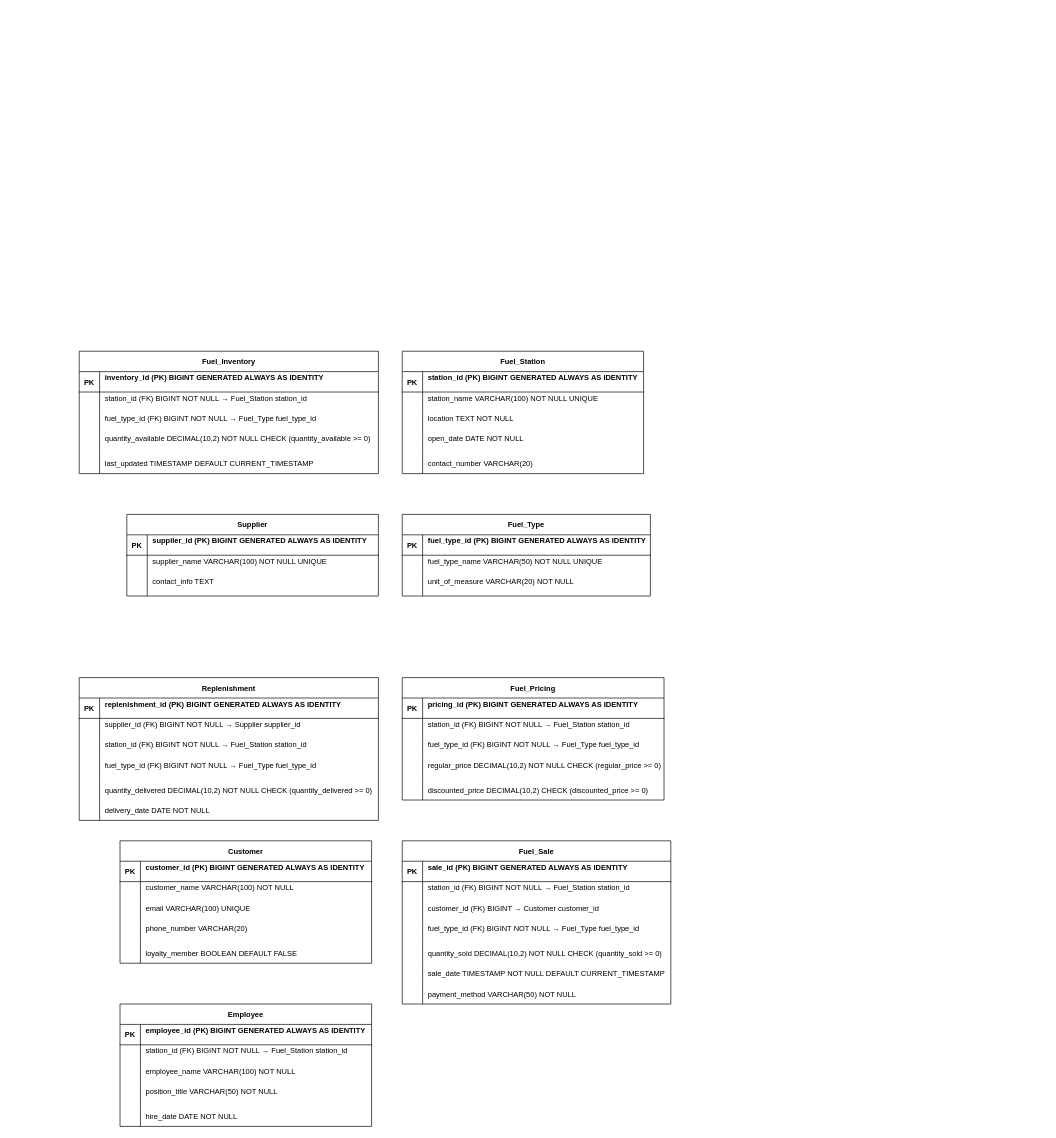
SergejusSG/git-demo1 keeps this draw.io diagram as Untitled Diagram.drawio. Above is the earlier version. Source tidied: cells renumbered, new cells numbered last; positions are measured from the earlier drawing's top-left corner, leaving out a move shared by most shapes. Both pictures are drawn from the tidied source at 68%, with x=0, y=0 at pixel (79, 351).
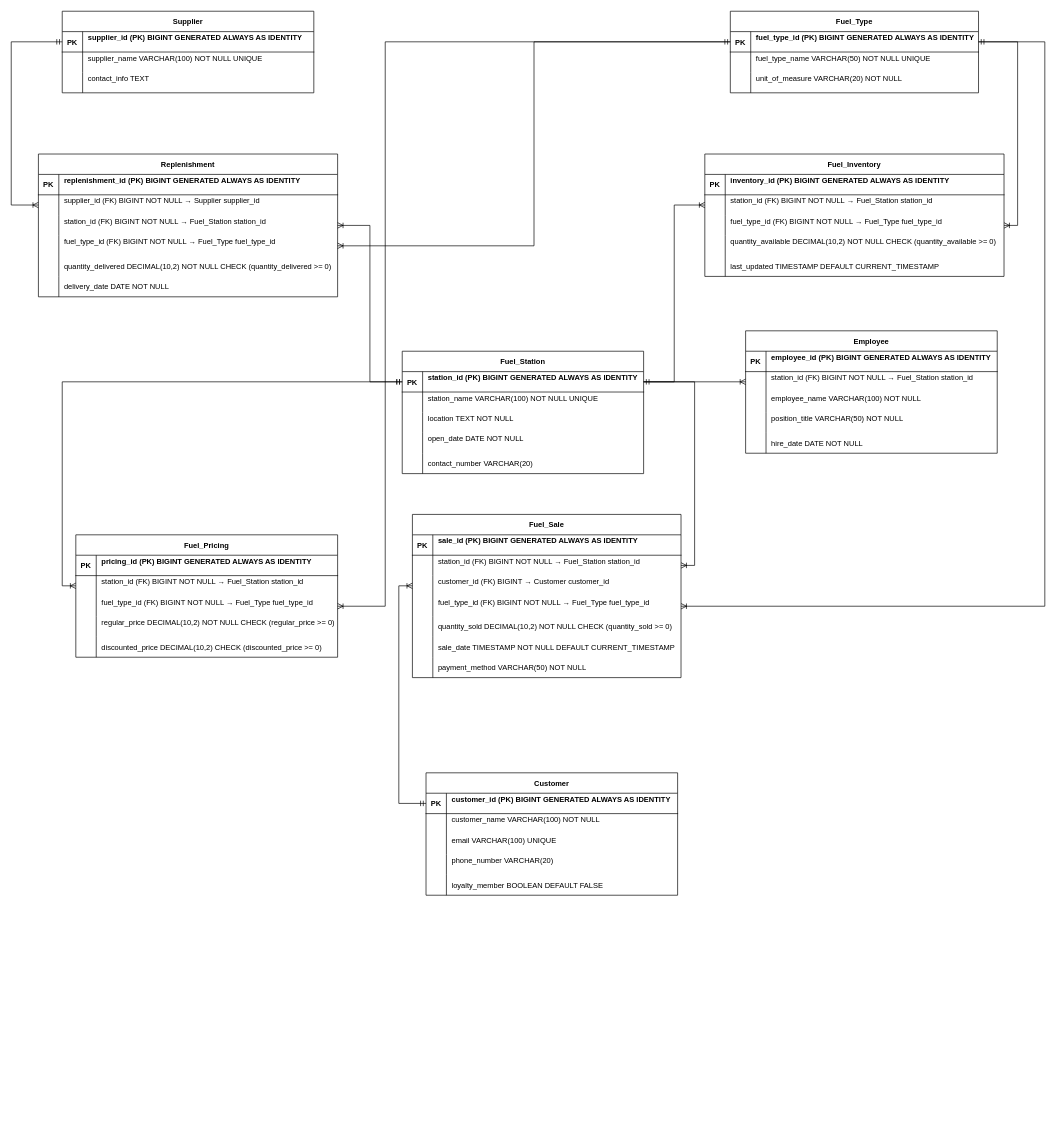
Above is the later version.

Unchanged cells that the change refers to:
```xml
<mxCell id="3" style="shape=partialRectangle;fillColor=none;points=[[0,0.5],[1,0.5]];portConstraint=eastwest;top=0;left=0;right=0;bottom=1;fontSize=11;" parent="2" vertex="1">
  <mxGeometry y="30" width="355" height="30" as="geometry" />
</mxCell>
<mxCell id="19" style="shape=partialRectangle;fillColor=none;points=[[0,0.5],[1,0.5]];portConstraint=eastwest;top=0;left=0;right=0;bottom=1;fontSize=11;" parent="18" vertex="1">
  <mxGeometry y="30" width="365" height="30" as="geometry" />
</mxCell>
<mxCell id="32" style="shape=partialRectangle;fillColor=none;points=[[0,0.5],[1,0.5]];portConstraint=eastwest;top=0;left=0;right=0;bottom=0;fontSize=11;" parent="28" vertex="1">
  <mxGeometry y="60" width="440" height="30" as="geometry" />
</mxCell>
<mxCell id="35" style="shape=partialRectangle;fillColor=none;points=[[0,0.5],[1,0.5]];portConstraint=eastwest;top=0;left=0;right=0;bottom=0;fontSize=11;" parent="28" vertex="1">
  <mxGeometry y="90" width="440" height="30" as="geometry" />
</mxCell>
<mxCell id="45" style="shape=partialRectangle;fillColor=none;points=[[0,0.5],[1,0.5]];portConstraint=eastwest;top=0;left=0;right=0;bottom=1;fontSize=11;" parent="44" vertex="1">
  <mxGeometry y="30" width="370" height="30" as="geometry" />
</mxCell>
<mxCell id="58" style="shape=partialRectangle;fillColor=none;points=[[0,0.5],[1,0.5]];portConstraint=eastwest;top=0;left=0;right=0;bottom=0;fontSize=11;" parent="54" vertex="1">
  <mxGeometry y="60" width="440" height="30" as="geometry" />
</mxCell>
<mxCell id="61" style="shape=partialRectangle;fillColor=none;points=[[0,0.5],[1,0.5]];portConstraint=eastwest;top=0;left=0;right=0;bottom=0;fontSize=11;" parent="54" vertex="1">
  <mxGeometry y="90" width="440" height="30" as="geometry" />
</mxCell>
<mxCell id="64" style="shape=partialRectangle;fillColor=none;points=[[0,0.5],[1,0.5]];portConstraint=eastwest;top=0;left=0;right=0;bottom=0;fontSize=11;" parent="54" vertex="1">
  <mxGeometry y="120" width="440" height="30" as="geometry" />
</mxCell>
<mxCell id="77" style="shape=partialRectangle;fillColor=none;points=[[0,0.5],[1,0.5]];portConstraint=eastwest;top=0;left=0;right=0;bottom=0;fontSize=11;" parent="73" vertex="1">
  <mxGeometry y="60" width="385" height="30" as="geometry" />
</mxCell>
<mxCell id="80" style="shape=partialRectangle;fillColor=none;points=[[0,0.5],[1,0.5]];portConstraint=eastwest;top=0;left=0;right=0;bottom=0;fontSize=11;" parent="73" vertex="1">
  <mxGeometry y="90" width="385" height="30" as="geometry" />
</mxCell>
<mxCell id="93" style="shape=partialRectangle;fillColor=none;points=[[0,0.5],[1,0.5]];portConstraint=eastwest;top=0;left=0;right=0;bottom=0;fontSize=11;" parent="89" vertex="1">
  <mxGeometry y="60" width="395" height="30" as="geometry" />
</mxCell>
<mxCell id="96" style="shape=partialRectangle;fillColor=none;points=[[0,0.5],[1,0.5]];portConstraint=eastwest;top=0;left=0;right=0;bottom=0;fontSize=11;" parent="89" vertex="1">
  <mxGeometry y="90" width="395" height="30" as="geometry" />
</mxCell>
<mxCell id="99" style="shape=partialRectangle;fillColor=none;points=[[0,0.5],[1,0.5]];portConstraint=eastwest;top=0;left=0;right=0;bottom=0;fontSize=11;" parent="89" vertex="1">
  <mxGeometry y="120" width="395" height="30" as="geometry" />
</mxCell>
<mxCell id="112" style="shape=partialRectangle;fillColor=none;points=[[0,0.5],[1,0.5]];portConstraint=eastwest;top=0;left=0;right=0;bottom=1;fontSize=11;" parent="111" vertex="1">
  <mxGeometry y="30" width="370" height="30" as="geometry" />
</mxCell>
<mxCell id="131" style="shape=partialRectangle;fillColor=none;points=[[0,0.5],[1,0.5]];portConstraint=eastwest;top=0;left=0;right=0;bottom=0;fontSize=11;" parent="127" vertex="1">
  <mxGeometry y="60" width="370" height="30" as="geometry" />
</mxCell>
```

What changed in the source:
```diff
@@
     <mxCell id="18" value="Fuel_Type" style="shape=table;startSize=30;childLayout=tableLayout;rowLines=0;fontStyle=1;align=center;fontSize=11;" parent="1" vertex="1">
-      <mxGeometry x="475" y="240" width="365" height="120" as="geometry" />
+      <mxGeometry x="957.5" y="-500" width="365" height="120" as="geometry" />
     </mxCell>
@@
     <mxCell id="28" value="Fuel_Inventory" style="shape=table;startSize=30;childLayout=tableLayout;rowLines=0;fontStyle=1;align=center;fontSize=11;" parent="1" vertex="1">
-      <mxGeometry width="440" height="180" as="geometry" />
+      <mxGeometry x="920" y="-290" width="440" height="180" as="geometry" />
     </mxCell>
@@
     <mxCell id="44" value="Supplier" style="shape=table;startSize=30;childLayout=tableLayout;rowLines=0;fontStyle=1;align=center;fontSize=11;" parent="1" vertex="1">
-      <mxGeometry x="70" y="240" width="370" height="120" as="geometry" />
+      <mxGeometry x="-25" y="-500" width="370" height="120" as="geometry" />
     </mxCell>
@@
     <mxCell id="54" value="Replenishment" style="shape=table;startSize=30;childLayout=tableLayout;rowLines=0;fontStyle=1;align=center;fontSize=11;" parent="1" vertex="1">
-      <mxGeometry y="480" width="440" height="210" as="geometry" />
+      <mxGeometry x="-60" y="-290" width="440" height="210" as="geometry" />
     </mxCell>
@@
     <mxCell id="73" value="Fuel_Pricing" style="shape=table;startSize=30;childLayout=tableLayout;rowLines=0;fontStyle=1;align=center;fontSize=11;" parent="1" vertex="1">
-      <mxGeometry x="475" y="480" width="385" height="180" as="geometry" />
+      <mxGeometry x="-5" y="270" width="385" height="180" as="geometry" />
     </mxCell>
@@
     <mxCell id="89" value="Fuel_Sale" style="shape=table;startSize=30;childLayout=tableLayout;rowLines=0;fontStyle=1;align=center;fontSize=11;" parent="1" vertex="1">
-      <mxGeometry x="475" y="720" width="395" height="240" as="geometry" />
+      <mxGeometry x="490" y="240" width="395" height="240" as="geometry" />
     </mxCell>
@@
     <mxCell id="111" value="Customer" style="shape=table;startSize=30;childLayout=tableLayout;rowLines=0;fontStyle=1;align=center;fontSize=11;" parent="1" vertex="1">
-      <mxGeometry x="60" y="720" width="370" height="180" as="geometry" />
+      <mxGeometry x="510" y="620" width="370" height="180" as="geometry" />
     </mxCell>
@@
     <mxCell id="127" value="Employee" style="shape=table;startSize=30;childLayout=tableLayout;rowLines=0;fontStyle=1;align=center;fontSize=11;" parent="1" vertex="1">
-      <mxGeometry x="60" y="960" width="370" height="180" as="geometry" />
+      <mxGeometry x="980" y="-30" width="370" height="180" as="geometry" />
     </mxCell>
@@
+    <mxCell id="143" style="edgeStyle=orthogonalEdgeStyle;rounded=0;jettySize=auto;html=1;exitX=0;exitY=0.5;exitDx=0;exitDy=0;entryX=0;entryY=0.5;entryDx=0;entryDy=0;startArrow=ERmandOne;startFill=0;endArrow=ERoneToMany;endFill=0;" parent="1" edge="1" source="45" target="58">
+      <mxGeometry relative="1" as="geometry">
+        <Array as="points">
+          <mxPoint x="-100" y="-455" />
+          <mxPoint x="-100" y="-215" />
+        </Array>
+      </mxGeometry>
+    </mxCell>
+    <mxCell id="144" style="edgeStyle=orthogonalEdgeStyle;rounded=0;jettySize=auto;html=1;exitX=0;exitY=0.5;exitDx=0;exitDy=0;entryX=1;entryY=0.5;entryDx=0;entryDy=0;startArrow=ERmandOne;startFill=0;endArrow=ERoneToMany;endFill=0;" parent="1" edge="1" source="3" target="61">
+      <mxGeometry relative="1" as="geometry" />
+    </mxCell>
+    <mxCell id="145" style="edgeStyle=orthogonalEdgeStyle;rounded=0;jettySize=auto;html=1;exitX=0;exitY=0.5;exitDx=0;exitDy=0;entryX=1;entryY=0.5;entryDx=0;entryDy=0;endArrow=ERoneToMany;endFill=0;startArrow=ERmandOne;startFill=0;" parent="1" edge="1" source="19" target="64">
+      <mxGeometry relative="1" as="geometry" />
+    </mxCell>
+    <mxCell id="146" style="edgeStyle=orthogonalEdgeStyle;rounded=0;jettySize=auto;html=1;exitX=1;exitY=0.5;exitDx=0;exitDy=0;entryX=0;entryY=0.5;entryDx=0;entryDy=0;endArrow=ERoneToMany;endFill=0;startArrow=ERmandOne;startFill=0;" parent="1" edge="1" source="3" target="32">
+      <mxGeometry relative="1" as="geometry" />
+    </mxCell>
+    <mxCell id="147" style="edgeStyle=orthogonalEdgeStyle;rounded=0;jettySize=auto;html=1;exitX=1;exitY=0.5;exitDx=0;exitDy=0;entryX=1;entryY=0.5;entryDx=0;entryDy=0;endArrow=ERoneToMany;endFill=0;startArrow=ERmandOne;startFill=0;" parent="1" edge="1" source="19" target="35">
+      <mxGeometry relative="1" as="geometry" />
+    </mxCell>
+    <mxCell id="148" style="edgeStyle=orthogonalEdgeStyle;rounded=0;jettySize=auto;html=1;exitX=0;exitY=0.5;exitDx=0;exitDy=0;entryX=0;entryY=0.5;entryDx=0;entryDy=0;startArrow=ERmandOne;startFill=0;endArrow=ERoneToMany;endFill=0;" parent="1" edge="1" source="3" target="77">
+      <mxGeometry relative="1" as="geometry" />
+    </mxCell>
+    <mxCell id="149" style="edgeStyle=orthogonalEdgeStyle;rounded=0;jettySize=auto;html=1;entryX=1;entryY=0.5;entryDx=0;entryDy=0;endArrow=ERoneToMany;endFill=0;" parent="1" edge="1" source="19" target="80">
+      <mxGeometry relative="1" as="geometry">
+        <Array as="points">
+          <mxPoint x="450" y="-455" />
+          <mxPoint x="450" y="375" />
+        </Array>
+      </mxGeometry>
+    </mxCell>
+    <mxCell id="150" style="edgeStyle=orthogonalEdgeStyle;rounded=0;jettySize=auto;html=1;exitX=1;exitY=0.5;exitDx=0;exitDy=0;entryX=1;entryY=0.5;entryDx=0;entryDy=0;endArrow=ERoneToMany;endFill=0;" parent="1" edge="1" source="3" target="93">
+      <mxGeometry relative="1" as="geometry" />
+    </mxCell>
+    <mxCell id="151" style="edgeStyle=orthogonalEdgeStyle;rounded=0;jettySize=auto;html=1;entryX=0;entryY=0.5;entryDx=0;entryDy=0;endArrow=ERoneToMany;endFill=0;startArrow=ERmandOne;startFill=0;" parent="1" edge="1" source="112" target="96">
+      <mxGeometry relative="1" as="geometry" />
+    </mxCell>
+    <mxCell id="152" style="edgeStyle=orthogonalEdgeStyle;rounded=0;jettySize=auto;html=1;exitX=1;exitY=0.5;exitDx=0;exitDy=0;entryX=1;entryY=0.5;entryDx=0;entryDy=0;endArrow=ERoneToMany;endFill=0;" parent="1" edge="1" source="19" target="99">
+      <mxGeometry relative="1" as="geometry">
+        <Array as="points">
+          <mxPoint x="1420" y="-455" />
+          <mxPoint x="1420" y="375" />
+        </Array>
+      </mxGeometry>
+    </mxCell>
+    <mxCell id="153" style="edgeStyle=orthogonalEdgeStyle;rounded=0;jettySize=auto;html=1;exitX=1;exitY=0.5;exitDx=0;exitDy=0;entryX=0;entryY=0.5;entryDx=0;entryDy=0;endArrow=ERoneToMany;endFill=0;" parent="1" edge="1" source="3" target="131">
+      <mxGeometry relative="1" as="geometry" />
+    </mxCell>
```
